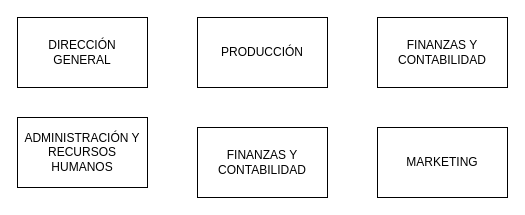
Above: Untitled Diagram.drawio in DeividMedina30/CNYT-FINAL (draw.io), before the change. Source tidied: cells renumbered, new cells numbered last; positions are measured from the earlier drawing's top-left corner, leaving out a move shared by most shapes. Both pictures are drawn from the tidied source at 100%, with x=0, y=0 at pixel (17, 17).
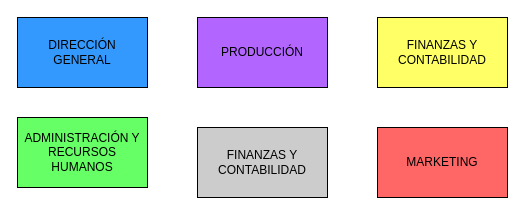
Above is the later version.

Diff of the diagram source:
```diff
@@
 <mxGraphModel>
   <root>
     <mxCell id="0" />
     <mxCell id="1" parent="0" />
-    <mxCell id="2" value="DIRECCIÓN GENERAL" style="rounded=0;whiteSpace=wrap;html=1;" parent="1" vertex="1">
+    <mxCell id="2" value="DIRECCIÓN GENERAL" style="rounded=0;whiteSpace=wrap;html=1;fillColor=#3399FF;" parent="1" vertex="1">
       <mxGeometry width="130" height="70" as="geometry" />
     </mxCell>
-    <mxCell id="3" value="ADMINISTRACIÓN Y RECURSOS HUMANOS" style="rounded=0;whiteSpace=wrap;html=1;" parent="1" vertex="1">
+    <mxCell id="3" value="ADMINISTRACIÓN Y RECURSOS HUMANOS" style="rounded=0;whiteSpace=wrap;html=1;fillColor=#66FF66;" parent="1" vertex="1">
       <mxGeometry y="100" width="130" height="70" as="geometry" />
     </mxCell>
-    <mxCell id="4" value="PRODUCCIÓN" style="rounded=0;whiteSpace=wrap;html=1;" parent="1" vertex="1">
+    <mxCell id="4" value="PRODUCCIÓN" style="rounded=0;whiteSpace=wrap;html=1;fillColor=#B266FF;" parent="1" vertex="1">
       <mxGeometry x="180" width="130" height="70" as="geometry" />
     </mxCell>
-    <mxCell id="5" value="FINANZAS Y CONTABILIDAD" style="rounded=0;whiteSpace=wrap;html=1;" parent="1" vertex="1">
+    <mxCell id="5" value="FINANZAS Y CONTABILIDAD" style="rounded=0;whiteSpace=wrap;html=1;fillColor=#CCCCCC;" parent="1" vertex="1">
       <mxGeometry x="180" y="110" width="130" height="70" as="geometry" />
     </mxCell>
-    <mxCell id="6" value="FINANZAS Y CONTABILIDAD" style="rounded=0;whiteSpace=wrap;html=1;" parent="1" vertex="1">
+    <mxCell id="6" value="FINANZAS Y CONTABILIDAD" style="rounded=0;whiteSpace=wrap;html=1;fillColor=#FFFF66;" parent="1" vertex="1">
       <mxGeometry x="360" width="130" height="70" as="geometry" />
     </mxCell>
-    <mxCell id="7" value="MARKETING" style="rounded=0;whiteSpace=wrap;html=1;" parent="1" vertex="1">
+    <mxCell id="7" value="MARKETING" style="rounded=0;whiteSpace=wrap;html=1;fillColor=#FF6666;" parent="1" vertex="1">
       <mxGeometry x="360" y="110" width="130" height="70" as="geometry" />
     </mxCell>
   </root>
 </mxGraphModel>
```
